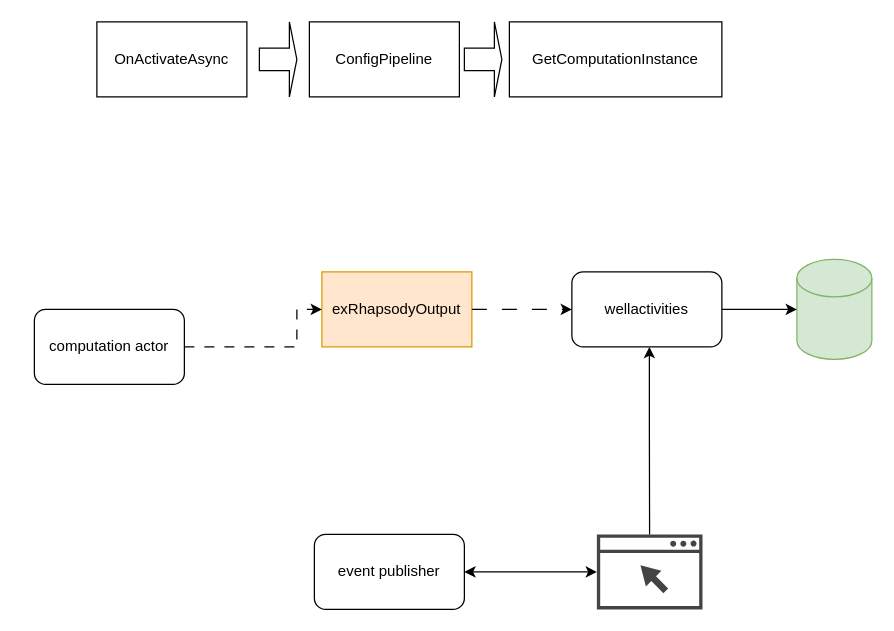
This is work.drawio from baoqger/drawing.io, a draw.io file, before an edit. Source tidied: cells renumbered, new cells numbered last; positions are measured from the earlier drawing's top-left corner, leaving out a move shared by most shapes. Both pictures are drawn from the tidied source at 125%, with x=0, y=0 at pixel (34, 21).
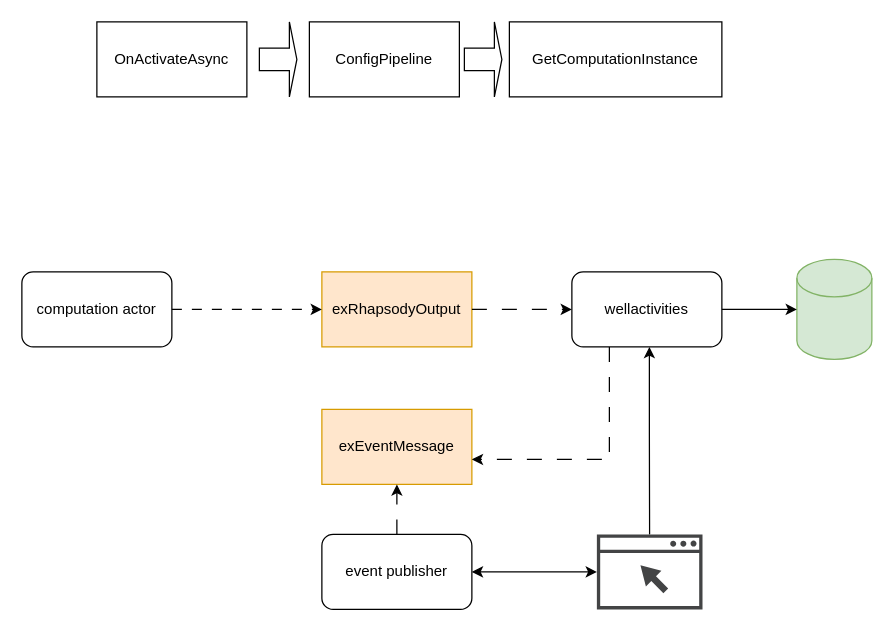
The same page after the edit.

Unchanged cells that the change refers to:
```xml
<mxCell id="8" value="exRhapsodyOutput" style="rounded=0;whiteSpace=wrap;html=1;fillColor=#ffe6cc;strokeColor=#d79b00;" parent="1" vertex="1">
  <mxGeometry x="230" y="200" width="120" height="60" as="geometry" />
</mxCell>
<mxCell id="10" value="wellactivities" style="rounded=1;whiteSpace=wrap;html=1;" parent="1" vertex="1">
  <mxGeometry x="430" y="200" width="120" height="60" as="geometry" />
</mxCell>
```

Diff of the diagram source:
```diff
@@
     <mxCell id="7" value="computation actor" style="rounded=1;whiteSpace=wrap;html=1;" parent="1" vertex="1">
-      <mxGeometry y="230" width="120" height="60" as="geometry" />
+      <mxGeometry x="-10" y="200" width="120" height="60" as="geometry" />
     </mxCell>
@@
     <mxCell id="9" style="endArrow=classic;html=1;rounded=0;exitX=1;exitY=0.5;exitDx=0;exitDy=0;entryX=0;entryY=0.5;entryDx=0;entryDy=0;dashed=1;dashPattern=8 8;" parent="1" edge="1" source="7" target="8">
       <mxGeometry relative="1" as="geometry">
         <Array as="points">
-          <mxPoint x="210" y="260" />
           <mxPoint x="210" y="230" />
         </Array>
       </mxGeometry>
     </mxCell>
@@
     <mxCell id="14" value="event publisher" style="rounded=1;whiteSpace=wrap;html=1;" parent="1" vertex="1">
-      <mxGeometry x="224" y="410" width="120" height="60" as="geometry" />
+      <mxGeometry x="230" y="410" width="120" height="60" as="geometry" />
     </mxCell>
@@
+    <mxCell id="18" value="exEventMessage" style="rounded=0;whiteSpace=wrap;html=1;fillColor=#ffe6cc;strokeColor=#d79b00;" parent="1" vertex="1">
+      <mxGeometry x="230" y="310" width="120" height="60" as="geometry" />
+    </mxCell>
+    <mxCell id="19" style="endArrow=classic;html=1;rounded=0;exitX=0.25;exitY=1;exitDx=0;exitDy=0;entryX=1;entryY=0.667;entryDx=0;entryDy=0;entryPerimeter=0;dashed=1;dashPattern=12 12;" parent="1" edge="1" source="10" target="18">
+      <mxGeometry relative="1" as="geometry">
+        <Array as="points">
+          <mxPoint x="460" y="350" />
+        </Array>
+      </mxGeometry>
+    </mxCell>
+    <mxCell id="20" style="endArrow=classic;html=1;rounded=0;dashed=1;dashPattern=12 12;exitX=0.5;exitY=0;exitDx=0;exitDy=0;entryX=0.5;entryY=1;entryDx=0;entryDy=0;" parent="1" edge="1" source="14" target="18">
+      <mxGeometry relative="1" as="geometry" />
+    </mxCell>
```
